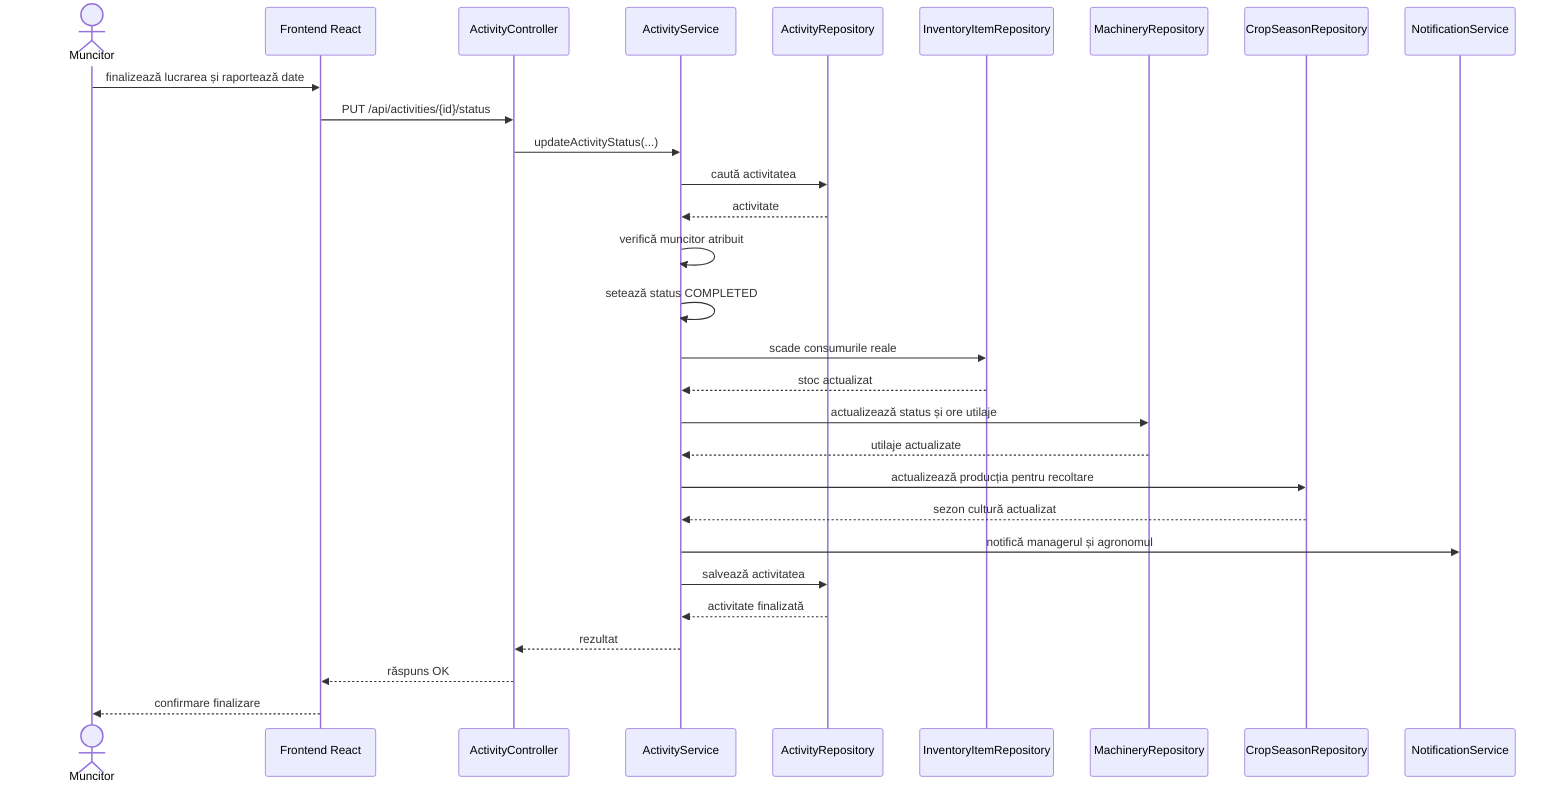
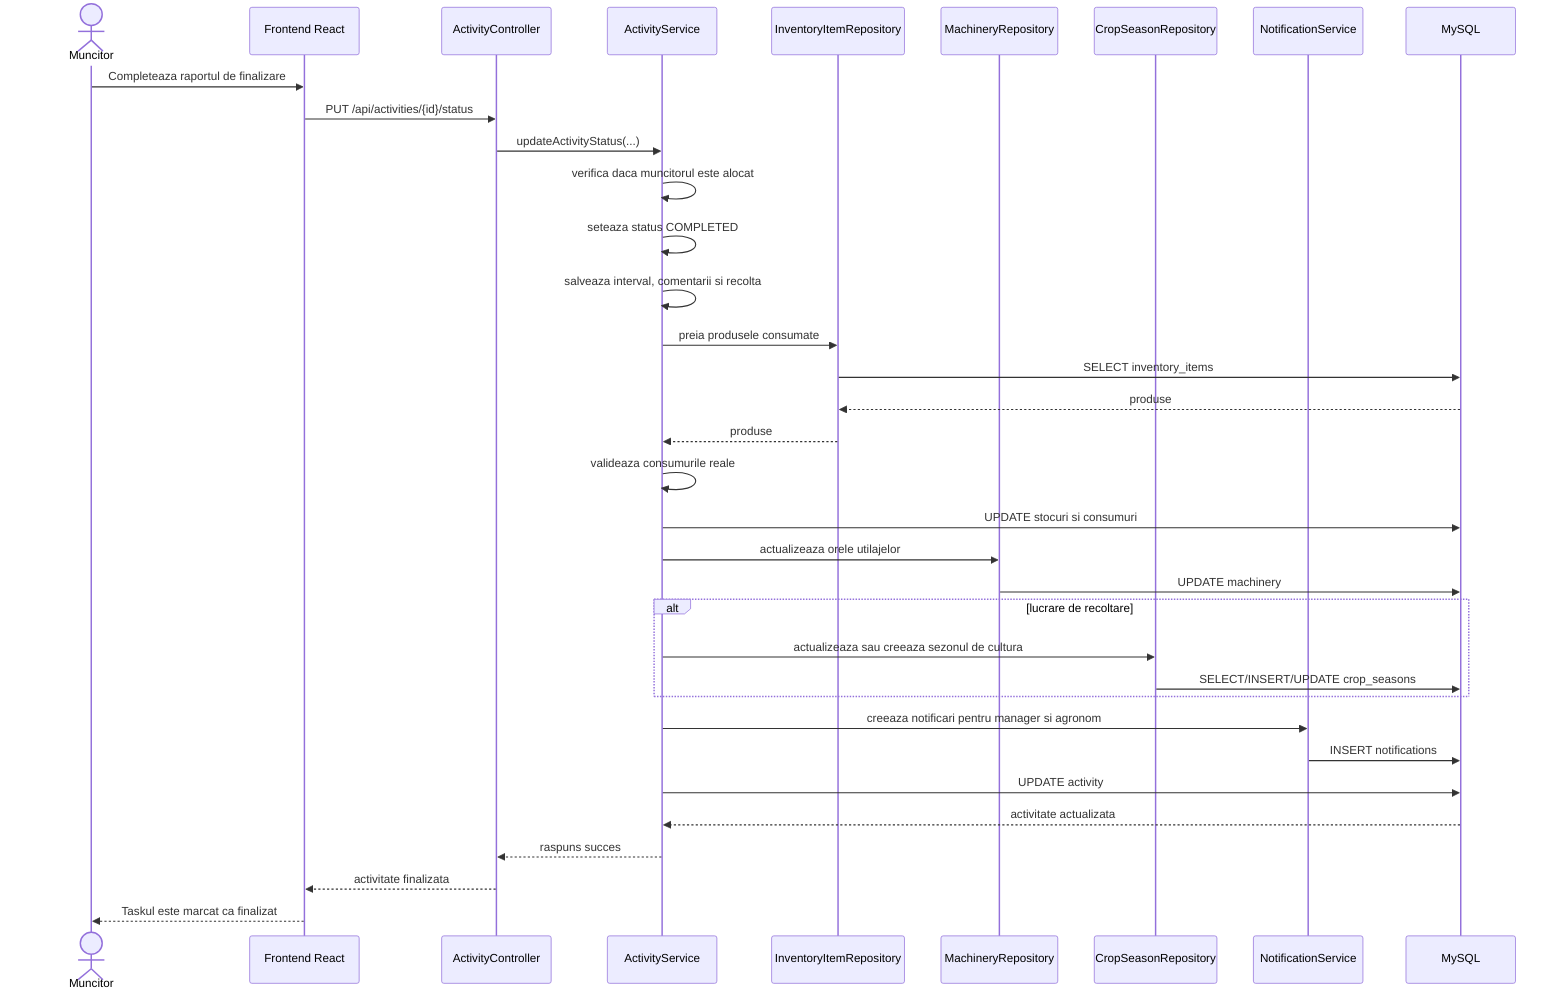
sequenceDiagram
-     actor Muncitor
+     actor Worker as Muncitor
    participant UI as Frontend React
    participant API as ActivityController
    participant Service as ActivityService
-     participant ActivityRepo as ActivityRepository
-     participant InventoryRepo as InventoryItemRepository
-     participant MachineryRepo as MachineryRepository
+     participant InvRepo as InventoryItemRepository
+     participant MachRepo as MachineryRepository
    participant CropRepo as CropSeasonRepository
    participant Notif as NotificationService
+     participant DB as MySQL

-     Muncitor->>UI: finalizează lucrarea și raportează date
+     Worker->>UI: Completeaza raportul de finalizare
    UI->>API: PUT /api/activities/{id}/status
    API->>Service: updateActivityStatus(...)
-     Service->>ActivityRepo: caută activitatea
-     ActivityRepo-->>Service: activitate
-     Service->>Service: verifică muncitor atribuit
-     Service->>Service: setează status COMPLETED
-     Service->>InventoryRepo: scade consumurile reale
-     InventoryRepo-->>Service: stoc actualizat
-     Service->>MachineryRepo: actualizează status și ore utilaje
-     MachineryRepo-->>Service: utilaje actualizate
-     Service->>CropRepo: actualizează producția pentru recoltare
-     CropRepo-->>Service: sezon cultură actualizat
-     Service->>Notif: notifică managerul și agronomul
-     Service->>ActivityRepo: salvează activitatea
-     ActivityRepo-->>Service: activitate finalizată
-     Service-->>API: rezultat
-     API-->>UI: răspuns OK
-     UI-->>Muncitor: confirmare finalizare
+ 
+     Service->>Service: verifica daca muncitorul este alocat
+     Service->>Service: seteaza status COMPLETED
+     Service->>Service: salveaza interval, comentarii si recolta
+ 
+     Service->>InvRepo: preia produsele consumate
+     InvRepo->>DB: SELECT inventory_items
+     DB-->>InvRepo: produse
+     InvRepo-->>Service: produse
+     Service->>Service: valideaza consumurile reale
+     Service->>DB: UPDATE stocuri si consumuri
+ 
+     Service->>MachRepo: actualizeaza orele utilajelor
+     MachRepo->>DB: UPDATE machinery
+ 
+     alt lucrare de recoltare
+         Service->>CropRepo: actualizeaza sau creeaza sezonul de cultura
+         CropRepo->>DB: SELECT/INSERT/UPDATE crop_seasons
+     end
+ 
+     Service->>Notif: creeaza notificari pentru manager si agronom
+     Notif->>DB: INSERT notifications
+ 
+     Service->>DB: UPDATE activity
+     DB-->>Service: activitate actualizata
+     Service-->>API: raspuns succes
+     API-->>UI: activitate finalizata
+     UI-->>Worker: Taskul este marcat ca finalizat
